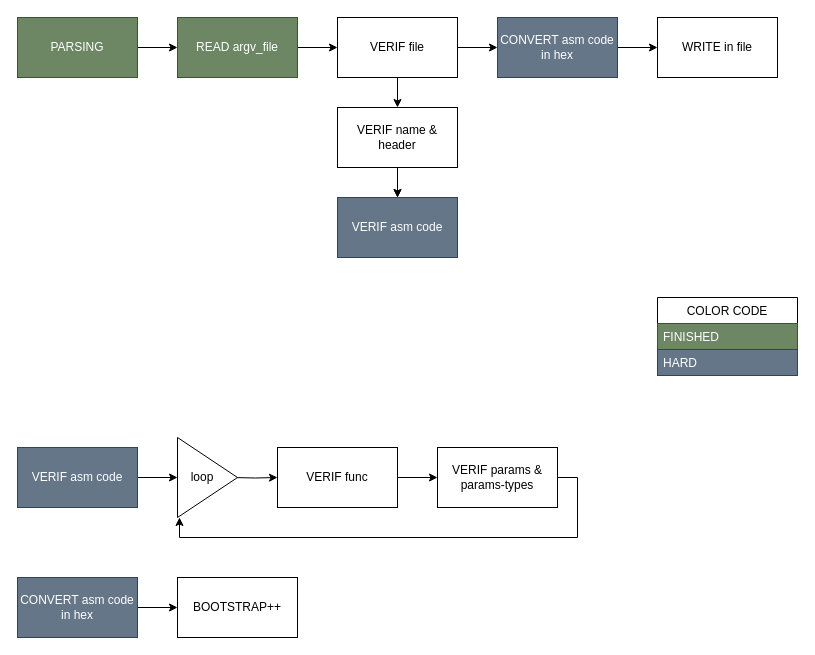
PierreMauger/Corewar keeps this draw.io diagram as asm/archi/archi_asm.drawio. Above is the earlier version. Source tidied: cells renumbered, new cells numbered last; positions are measured from the earlier drawing's top-left corner, leaving out a move shared by most shapes. Both pictures are drawn from the tidied source at 100%, with x=0, y=0 at pixel (17, 17).
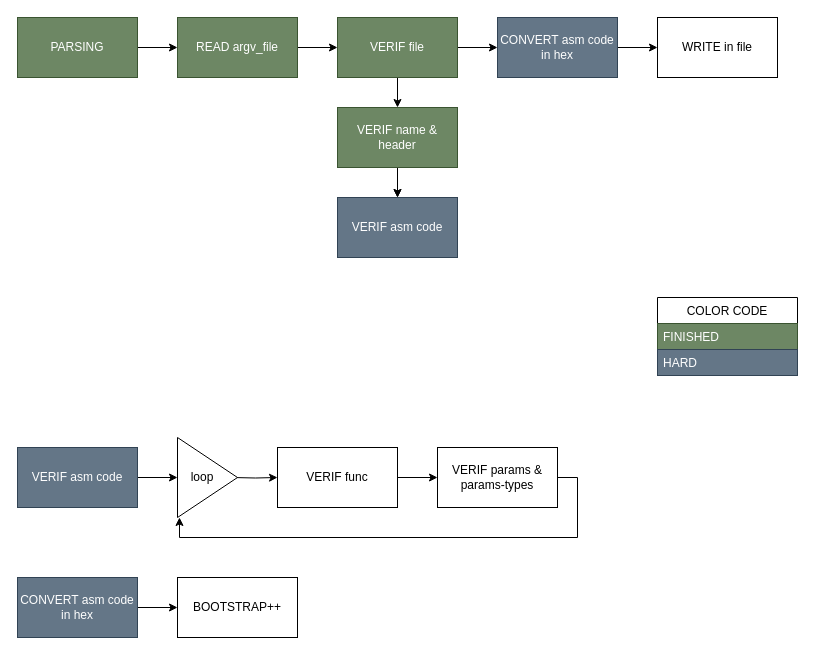
After the change.

Diff of the diagram source:
```diff
@@
-    <mxCell id="8" value="VERIF file" style="rounded=0;whiteSpace=wrap;html=1;" parent="1" vertex="1">
+    <mxCell id="8" value="VERIF file" style="rounded=0;whiteSpace=wrap;html=1;fillColor=#6d8764;strokeColor=#3A5431;fontColor=#ffffff;" parent="1" vertex="1">
       <mxGeometry x="320" width="120" height="60" as="geometry" />
     </mxCell>
@@
-    <mxCell id="11" value="VERIF name &amp;amp; header" style="rounded=0;whiteSpace=wrap;html=1;" parent="1" vertex="1">
+    <mxCell id="11" value="VERIF name &amp;amp; header" style="rounded=0;whiteSpace=wrap;html=1;fillColor=#6d8764;strokeColor=#3A5431;fontColor=#ffffff;" parent="1" vertex="1">
       <mxGeometry x="320" y="90" width="120" height="60" as="geometry" />
     </mxCell>
```
